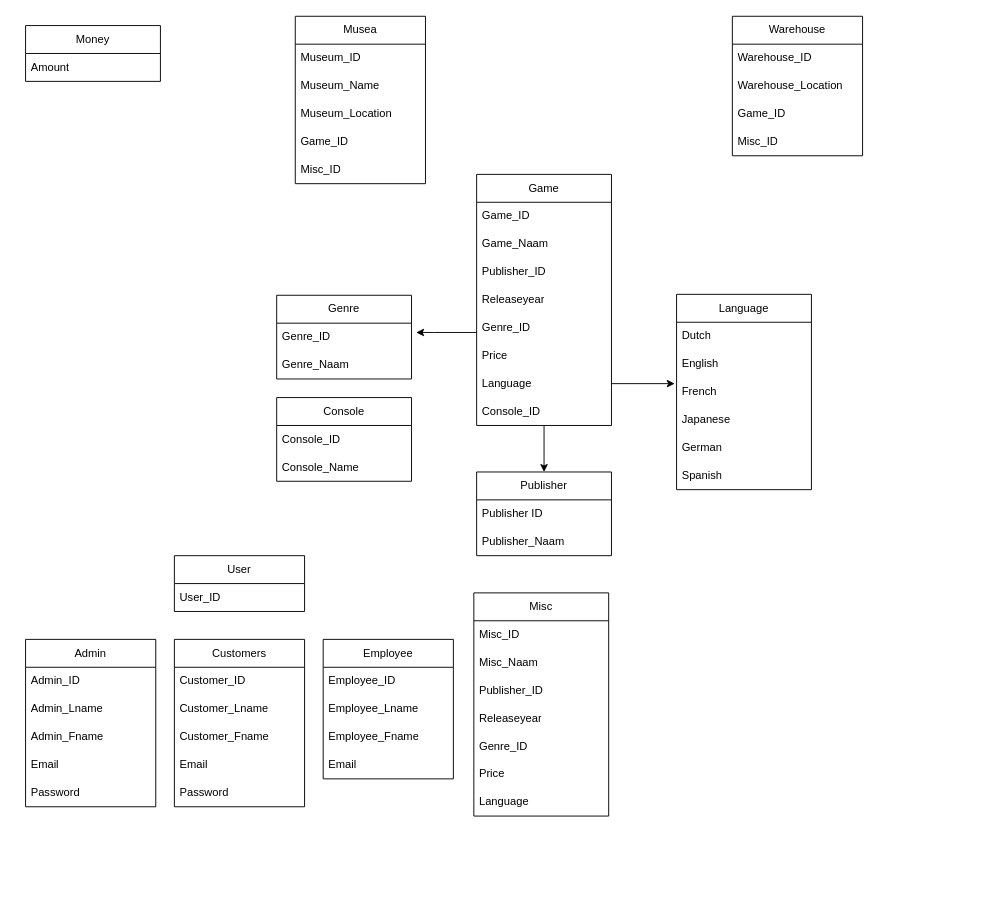
goblin-3/Project_Databases_GIel_Meyers keeps this draw.io diagram as DDL.drawio. Above is the earlier version. Source tidied: cells renumbered, new cells numbered last; positions are measured from the earlier drawing's top-left corner, leaving out a move shared by most shapes. Both pictures are drawn from the tidied source at 93%, with x=0, y=0 at pixel (25, 16).
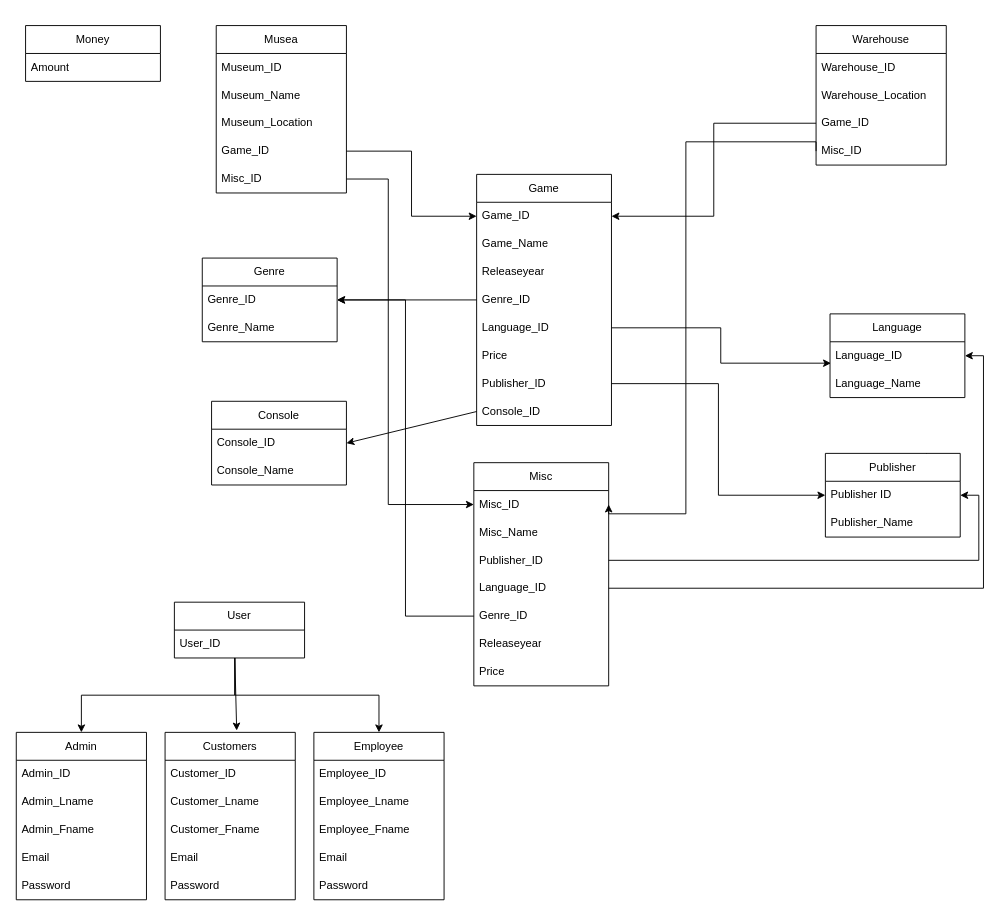
After the change.

Unchanged cells that the change refers to:
```xml
<mxCell id="3" value="Game" style="swimlane;fontStyle=0;horizontal=1;startSize=30;whiteSpace=wrap;html=1;" parent="1" vertex="1">
  <mxGeometry x="485" y="170" width="145" height="270" as="geometry" />
</mxCell>
<mxCell id="4" value="Game_ID" style="text;strokeColor=none;fillColor=none;align=left;verticalAlign=middle;spacingLeft=4;spacingRight=4;overflow=hidden;points=[[0,0.5],[1,0.5]];portConstraint=eastwest;whiteSpace=wrap;html=1;" parent="3" vertex="1">
  <mxGeometry y="30" width="145" height="30" as="geometry" />
</mxCell>
<mxCell id="11" value="Console_ID" style="text;strokeColor=none;fillColor=none;align=left;verticalAlign=middle;spacingLeft=4;spacingRight=4;overflow=hidden;points=[[0,0.5],[1,0.5]];portConstraint=eastwest;whiteSpace=wrap;html=1;" parent="3" vertex="1">
  <mxGeometry y="240" width="145" height="30" as="geometry" />
</mxCell>
<mxCell id="20" value="Publisher ID" style="text;strokeColor=none;fillColor=none;align=left;verticalAlign=middle;spacingLeft=4;spacingRight=4;overflow=hidden;points=[[0,0.5],[1,0.5]];portConstraint=eastwest;whiteSpace=wrap;html=1;" parent="19" vertex="1">
  <mxGeometry y="30" width="145" height="30" as="geometry" />
</mxCell>
<mxCell id="23" value="Genre_ID" style="text;strokeColor=none;fillColor=none;align=left;verticalAlign=middle;spacingLeft=4;spacingRight=4;overflow=hidden;points=[[0,0.5],[1,0.5]];portConstraint=eastwest;whiteSpace=wrap;html=1;" parent="22" vertex="1">
  <mxGeometry y="30" width="145" height="30" as="geometry" />
</mxCell>
<mxCell id="31" value="Game_ID" style="text;strokeColor=none;fillColor=none;align=left;verticalAlign=middle;spacingLeft=4;spacingRight=4;overflow=hidden;points=[[0,0.5],[1,0.5]];portConstraint=eastwest;whiteSpace=wrap;html=1;" parent="27" vertex="1">
  <mxGeometry y="120" width="140" height="30" as="geometry" />
</mxCell>
<mxCell id="32" value="Misc_ID" style="text;strokeColor=none;fillColor=none;align=left;verticalAlign=middle;spacingLeft=4;spacingRight=4;overflow=hidden;points=[[0,0.5],[1,0.5]];portConstraint=eastwest;whiteSpace=wrap;html=1;" parent="27" vertex="1">
  <mxGeometry y="150" width="140" height="30" as="geometry" />
</mxCell>
<mxCell id="36" value="Game_ID" style="text;strokeColor=none;fillColor=none;align=left;verticalAlign=middle;spacingLeft=4;spacingRight=4;overflow=hidden;points=[[0,0.5],[1,0.5]];portConstraint=eastwest;whiteSpace=wrap;html=1;" parent="33" vertex="1">
  <mxGeometry y="90" width="140" height="30" as="geometry" />
</mxCell>
<mxCell id="37" value="Misc_ID" style="text;strokeColor=none;fillColor=none;align=left;verticalAlign=middle;spacingLeft=4;spacingRight=4;overflow=hidden;points=[[0,0.5],[1,0.5]];portConstraint=eastwest;whiteSpace=wrap;html=1;" parent="33" vertex="1">
  <mxGeometry y="120" width="140" height="30" as="geometry" />
</mxCell>
<mxCell id="39" value="Misc_ID" style="text;strokeColor=none;fillColor=none;align=left;verticalAlign=middle;spacingLeft=4;spacingRight=4;overflow=hidden;points=[[0,0.5],[1,0.5]];portConstraint=eastwest;whiteSpace=wrap;html=1;" parent="38" vertex="1">
  <mxGeometry y="30" width="145" height="30" as="geometry" />
</mxCell>
<mxCell id="41" value="Publisher_ID" style="text;strokeColor=none;fillColor=none;align=left;verticalAlign=middle;spacingLeft=4;spacingRight=4;overflow=hidden;points=[[0,0.5],[1,0.5]];portConstraint=eastwest;whiteSpace=wrap;html=1;" parent="38" vertex="1">
  <mxGeometry y="90" width="145" height="30" as="geometry" />
</mxCell>
<mxCell id="68" value="Console_ID" style="text;strokeColor=none;fillColor=none;align=left;verticalAlign=middle;spacingLeft=4;spacingRight=4;overflow=hidden;points=[[0,0.5],[1,0.5]];portConstraint=eastwest;whiteSpace=wrap;html=1;" parent="67" vertex="1">
  <mxGeometry y="30" width="145" height="30" as="geometry" />
</mxCell>
```

The edit, as a diff of the source:
```diff
@@
-    <mxCell id="2" style="edgeStyle=orthogonalEdgeStyle;rounded=0;jettySize=auto;html=1;" parent="1" edge="1" source="3" target="19">
-      <mxGeometry relative="1" as="geometry" />
-    </mxCell>
@@
-    <mxCell id="5" value="Game_Naam" style="text;strokeColor=none;fillColor=none;align=left;verticalAlign=middle;spacingLeft=4;spacingRight=4;overflow=hidden;whiteSpace=wrap;html=1;" parent="3" vertex="1">
+    <mxCell id="5" value="Game_Name" style="text;strokeColor=none;fillColor=none;align=left;verticalAlign=middle;spacingLeft=4;spacingRight=4;overflow=hidden;whiteSpace=wrap;html=1;" parent="3" vertex="1">
       <mxGeometry y="60" width="145" height="30" as="geometry" />
     </mxCell>
-    <mxCell id="6" value="Publisher_ID" style="text;strokeColor=none;fillColor=none;align=left;verticalAlign=middle;spacingLeft=4;spacingRight=4;overflow=hidden;points=[[0,0.5],[1,0.5]];portConstraint=eastwest;whiteSpace=wrap;html=1;" parent="3" vertex="1">
-      <mxGeometry y="90" width="145" height="30" as="geometry" />
-    </mxCell>
     <mxCell id="7" value="Releaseyear" style="text;strokeColor=none;fillColor=none;align=left;verticalAlign=middle;spacingLeft=4;spacingRight=4;overflow=hidden;whiteSpace=wrap;html=1;" parent="3" vertex="1">
-      <mxGeometry y="120" width="145" height="30" as="geometry" />
+      <mxGeometry y="90" width="145" height="30" as="geometry" />
     </mxCell>
     <mxCell id="8" value="Genre_ID" style="text;strokeColor=none;fillColor=none;align=left;verticalAlign=middle;spacingLeft=4;spacingRight=4;overflow=hidden;points=[[0,0.5],[1,0.5]];portConstraint=eastwest;whiteSpace=wrap;html=1;" parent="3" vertex="1">
-      <mxGeometry y="150" width="145" height="30" as="geometry" />
+      <mxGeometry y="120" width="145" height="30" as="geometry" />
     </mxCell>
+    <mxCell id="10" value="Language_ID" style="text;strokeColor=none;fillColor=none;align=left;verticalAlign=middle;spacingLeft=4;spacingRight=4;overflow=hidden;points=[[0,0.5],[1,0.5]];portConstraint=eastwest;whiteSpace=wrap;html=1;" parent="3" vertex="1">
+      <mxGeometry y="150" width="145" height="30" as="geometry" />
+    </mxCell>
@@
-    <mxCell id="10" value="Language" style="text;strokeColor=none;fillColor=none;align=left;verticalAlign=middle;spacingLeft=4;spacingRight=4;overflow=hidden;points=[[0,0.5],[1,0.5]];portConstraint=eastwest;whiteSpace=wrap;html=1;" parent="3" vertex="1">
-      <mxGeometry y="210" width="145" height="30" as="geometry" />
-    </mxCell>
+    <mxCell id="6" value="Publisher_ID" style="text;strokeColor=none;fillColor=none;align=left;verticalAlign=middle;spacingLeft=4;spacingRight=4;overflow=hidden;points=[[0,0.5],[1,0.5]];portConstraint=eastwest;whiteSpace=wrap;html=1;" parent="3" vertex="1">
+      <mxGeometry y="210" width="145" height="30" as="geometry" />
+    </mxCell>
@@
     <mxCell id="12" value="Language" style="swimlane;fontStyle=0;horizontal=1;startSize=30;whiteSpace=wrap;html=1;" parent="1" vertex="1">
-      <mxGeometry x="700" y="299" width="145" height="210" as="geometry" />
+      <mxGeometry x="865" y="320" width="145" height="90" as="geometry" />
     </mxCell>
-    <mxCell id="13" value="Dutch" style="text;strokeColor=none;fillColor=none;align=left;verticalAlign=middle;spacingLeft=4;spacingRight=4;overflow=hidden;points=[[0,0.5],[1,0.5]];portConstraint=eastwest;whiteSpace=wrap;html=1;" parent="12" vertex="1">
+    <mxCell id="13" value="Language_ID" style="text;strokeColor=none;fillColor=none;align=left;verticalAlign=middle;spacingLeft=4;spacingRight=4;overflow=hidden;points=[[0,0.5],[1,0.5]];portConstraint=eastwest;whiteSpace=wrap;html=1;" parent="12" vertex="1">
       <mxGeometry y="30" width="145" height="30" as="geometry" />
     </mxCell>
-    <mxCell id="14" value="English" style="text;strokeColor=none;fillColor=none;align=left;verticalAlign=middle;spacingLeft=4;spacingRight=4;overflow=hidden;whiteSpace=wrap;html=1;" parent="12" vertex="1">
-      <mxGeometry y="60" width="145" height="30" as="geometry" />
-    </mxCell>
-    <mxCell id="15" value="French" style="text;strokeColor=none;fillColor=none;align=left;verticalAlign=middle;spacingLeft=4;spacingRight=4;overflow=hidden;points=[[0,0.5],[1,0.5]];portConstraint=eastwest;whiteSpace=wrap;html=1;" parent="12" vertex="1">
-      <mxGeometry y="90" width="145" height="30" as="geometry" />
-    </mxCell>
-    <mxCell id="16" value="Japanese" style="text;strokeColor=none;fillColor=none;align=left;verticalAlign=middle;spacingLeft=4;spacingRight=4;overflow=hidden;whiteSpace=wrap;html=1;" parent="12" vertex="1">
-      <mxGeometry y="120" width="145" height="30" as="geometry" />
-    </mxCell>
-    <mxCell id="17" value="German" style="text;strokeColor=none;fillColor=none;align=left;verticalAlign=middle;spacingLeft=4;spacingRight=4;overflow=hidden;whiteSpace=wrap;html=1;" parent="12" vertex="1">
-      <mxGeometry y="150" width="145" height="30" as="geometry" />
-    </mxCell>
-    <mxCell id="18" value="Spanish" style="text;strokeColor=none;fillColor=none;align=left;verticalAlign=middle;spacingLeft=4;spacingRight=4;overflow=hidden;whiteSpace=wrap;html=1;" parent="12" vertex="1">
-      <mxGeometry y="180" width="145" height="30" as="geometry" />
+    <mxCell id="18" value="Language_Name" style="text;strokeColor=none;fillColor=none;align=left;verticalAlign=middle;spacingLeft=4;spacingRight=4;overflow=hidden;whiteSpace=wrap;html=1;" parent="12" vertex="1">
+      <mxGeometry y="60" width="145" height="30" as="geometry" />
     </mxCell>
+    <mxCell id="70" style="edgeStyle=orthogonalEdgeStyle;rounded=0;jettySize=auto;html=1;exitX=0.75;exitY=0;exitDx=0;exitDy=0;" parent="1" edge="1" source="19">
+      <mxGeometry relative="1" as="geometry">
+        <mxPoint x="969" y="480" as="targetPoint" />
+      </mxGeometry>
+    </mxCell>
     <mxCell id="19" value="Publisher" style="swimlane;fontStyle=0;horizontal=1;startSize=30;whiteSpace=wrap;html=1;" parent="1" vertex="1">
-      <mxGeometry x="485" y="490" width="145" height="90" as="geometry" />
+      <mxGeometry x="860" y="470" width="145" height="90" as="geometry" />
     </mxCell>
@@
-    <mxCell id="21" value="Publisher_Naam" style="text;strokeColor=none;fillColor=none;align=left;verticalAlign=middle;spacingLeft=4;spacingRight=4;overflow=hidden;whiteSpace=wrap;html=1;" parent="19" vertex="1">
+    <mxCell id="21" value="Publisher_Name" style="text;strokeColor=none;fillColor=none;align=left;verticalAlign=middle;spacingLeft=4;spacingRight=4;overflow=hidden;whiteSpace=wrap;html=1;" parent="19" vertex="1">
       <mxGeometry y="60" width="145" height="30" as="geometry" />
     </mxCell>
     <mxCell id="22" value="Genre" style="swimlane;fontStyle=0;horizontal=1;startSize=30;whiteSpace=wrap;html=1;" parent="1" vertex="1">
-      <mxGeometry x="270" y="300" width="145" height="90" as="geometry" />
+      <mxGeometry x="190" y="260" width="145" height="90" as="geometry" />
     </mxCell>
@@
-    <mxCell id="24" value="Genre_Naam" style="text;strokeColor=none;fillColor=none;align=left;verticalAlign=middle;spacingLeft=4;spacingRight=4;overflow=hidden;whiteSpace=wrap;html=1;" parent="22" vertex="1">
+    <mxCell id="24" value="Genre_Name" style="text;strokeColor=none;fillColor=none;align=left;verticalAlign=middle;spacingLeft=4;spacingRight=4;overflow=hidden;whiteSpace=wrap;html=1;" parent="22" vertex="1">
       <mxGeometry y="60" width="145" height="30" as="geometry" />
     </mxCell>
-    <mxCell id="25" style="endArrow=classic;html=1;rounded=0;" parent="1" edge="1">
-      <mxGeometry relative="1" as="geometry">
-        <mxPoint x="485" y="340" as="sourcePoint" />
-        <mxPoint x="420" y="340" as="targetPoint" />
-        <Array as="points">
-          <mxPoint x="440" y="340" />
-        </Array>
-      </mxGeometry>
-    </mxCell>
-    <mxCell id="26" style="endArrow=classic;html=1;rounded=0;exitX=1;exitY=0.5;exitDx=0;exitDy=0;entryX=-0.014;entryY=0.2;entryDx=0;entryDy=0;entryPerimeter=0;" parent="1" edge="1" source="10" target="15">
+    <mxCell id="26" style="endArrow=classic;html=1;rounded=0;exitX=1;exitY=0.5;exitDx=0;exitDy=0;entryX=0.007;entryY=0.767;entryDx=0;entryDy=0;entryPerimeter=0;edgeStyle=orthogonalEdgeStyle;" parent="1" edge="1" source="10" target="13">
       <mxGeometry relative="1" as="geometry" />
     </mxCell>
     <mxCell id="27" value="Musea" style="swimlane;fontStyle=0;horizontal=1;startSize=30;whiteSpace=wrap;html=1;" parent="1" vertex="1">
-      <mxGeometry x="290" width="140" height="180" as="geometry" />
+      <mxGeometry x="205" y="10" width="140" height="180" as="geometry" />
     </mxCell>
@@
     <mxCell id="33" value="Warehouse" style="swimlane;fontStyle=0;horizontal=1;startSize=30;whiteSpace=wrap;html=1;" parent="1" vertex="1">
-      <mxGeometry x="760" width="140" height="150" as="geometry" />
+      <mxGeometry x="850" y="10" width="140" height="150" as="geometry" />
     </mxCell>
@@
     <mxCell id="38" value="Misc" style="swimlane;fontStyle=0;horizontal=1;startSize=30;whiteSpace=wrap;html=1;" parent="1" vertex="1">
-      <mxGeometry x="482" y="620" width="145" height="240" as="geometry" />
+      <mxGeometry x="482" y="480" width="145" height="240" as="geometry" />
     </mxCell>
@@
-    <mxCell id="40" value="Misc_Naam" style="text;strokeColor=none;fillColor=none;align=left;verticalAlign=middle;spacingLeft=4;spacingRight=4;overflow=hidden;whiteSpace=wrap;html=1;" parent="38" vertex="1">
+    <mxCell id="40" value="Misc_Name" style="text;strokeColor=none;fillColor=none;align=left;verticalAlign=middle;spacingLeft=4;spacingRight=4;overflow=hidden;whiteSpace=wrap;html=1;" parent="38" vertex="1">
       <mxGeometry y="60" width="145" height="30" as="geometry" />
     </mxCell>
@@
+    <mxCell id="45" value="Language_ID" style="text;strokeColor=none;fillColor=none;align=left;verticalAlign=middle;spacingLeft=4;spacingRight=4;overflow=hidden;points=[[0,0.5],[1,0.5]];portConstraint=eastwest;whiteSpace=wrap;html=1;" parent="38" vertex="1">
+      <mxGeometry y="120" width="145" height="30" as="geometry" />
+    </mxCell>
+    <mxCell id="43" value="Genre_ID" style="text;strokeColor=none;fillColor=none;align=left;verticalAlign=middle;spacingLeft=4;spacingRight=4;overflow=hidden;points=[[0,0.5],[1,0.5]];portConstraint=eastwest;whiteSpace=wrap;html=1;" parent="38" vertex="1">
+      <mxGeometry y="150" width="145" height="30" as="geometry" />
+    </mxCell>
     <mxCell id="42" value="Releaseyear" style="text;strokeColor=none;fillColor=none;align=left;verticalAlign=middle;spacingLeft=4;spacingRight=4;overflow=hidden;whiteSpace=wrap;html=1;" parent="38" vertex="1">
-      <mxGeometry y="120" width="145" height="30" as="geometry" />
+      <mxGeometry y="180" width="145" height="30" as="geometry" />
     </mxCell>
-    <mxCell id="43" value="Genre_ID" style="text;strokeColor=none;fillColor=none;align=left;verticalAlign=middle;spacingLeft=4;spacingRight=4;overflow=hidden;points=[[0,0.5],[1,0.5]];portConstraint=eastwest;whiteSpace=wrap;html=1;" parent="38" vertex="1">
-      <mxGeometry y="150" width="145" height="30" as="geometry" />
-    </mxCell>
     <mxCell id="44" value="Price" style="text;strokeColor=none;fillColor=none;align=left;verticalAlign=middle;spacingLeft=4;spacingRight=4;overflow=hidden;whiteSpace=wrap;html=1;" parent="38" vertex="1">
-      <mxGeometry y="180" width="145" height="30" as="geometry" />
+      <mxGeometry y="210" width="145" height="30" as="geometry" />
     </mxCell>
-    <mxCell id="45" value="Language" style="text;strokeColor=none;fillColor=none;align=left;verticalAlign=middle;spacingLeft=4;spacingRight=4;overflow=hidden;points=[[0,0.5],[1,0.5]];portConstraint=eastwest;whiteSpace=wrap;html=1;" parent="38" vertex="1">
-      <mxGeometry y="210" width="145" height="30" as="geometry" />
-    </mxCell>
     <mxCell id="46" value="Customers" style="swimlane;fontStyle=0;horizontal=1;startSize=30;whiteSpace=wrap;html=1;" parent="1" vertex="1">
-      <mxGeometry x="160" y="670" width="140" height="180" as="geometry" />
+      <mxGeometry x="150" y="770" width="140" height="180" as="geometry" />
     </mxCell>
@@
     <mxCell id="52" value="Admin" style="swimlane;fontStyle=0;horizontal=1;startSize=30;whiteSpace=wrap;html=1;" parent="1" vertex="1">
-      <mxGeometry y="670" width="140" height="180" as="geometry" />
+      <mxGeometry x="-10" y="770" width="140" height="180" as="geometry" />
     </mxCell>
@@
     <mxCell id="58" value="User" style="swimlane;fontStyle=0;horizontal=1;startSize=30;whiteSpace=wrap;html=1;" parent="1" vertex="1">
-      <mxGeometry x="160" y="580" width="140" height="60" as="geometry" />
+      <mxGeometry x="160" y="630" width="140" height="60" as="geometry" />
     </mxCell>
@@
     <mxCell id="60" value="Employee" style="swimlane;fontStyle=0;horizontal=1;startSize=30;whiteSpace=wrap;html=1;" parent="1" vertex="1">
-      <mxGeometry x="320" y="670" width="140" height="150" as="geometry" />
+      <mxGeometry x="310" y="770" width="140" height="180" as="geometry" />
     </mxCell>
@@
+    <mxCell id="71" value="Password" style="text;strokeColor=none;fillColor=none;align=left;verticalAlign=middle;spacingLeft=4;spacingRight=4;overflow=hidden;whiteSpace=wrap;html=1;" parent="60" vertex="1">
+      <mxGeometry y="150" width="140" height="30" as="geometry" />
+    </mxCell>
@@
     <mxCell id="67" value="Console" style="swimlane;fontStyle=0;horizontal=1;startSize=30;whiteSpace=wrap;html=1;" parent="1" vertex="1">
-      <mxGeometry x="270" y="410" width="145" height="90" as="geometry" />
+      <mxGeometry x="200" y="414" width="145" height="90" as="geometry" />
     </mxCell>
@@
+    <mxCell id="72" style="rounded=0;jettySize=auto;html=1;exitX=0;exitY=0.5;exitDx=0;exitDy=0;entryX=1;entryY=0.5;entryDx=0;entryDy=0;" parent="1" edge="1" source="11" target="68">
+      <mxGeometry relative="1" as="geometry" />
+    </mxCell>
+    <mxCell id="73" style="edgeStyle=orthogonalEdgeStyle;jettySize=auto;html=1;rounded=0;exitX=0.464;exitY=1.167;exitDx=0;exitDy=0;exitPerimeter=0;entryX=0.5;entryY=0;entryDx=0;entryDy=0;" parent="1" edge="1" target="60">
+      <mxGeometry relative="1" as="geometry">
+        <mxPoint x="225" y="690" as="sourcePoint" />
+        <Array as="points">
+          <mxPoint x="225" y="730" />
+          <mxPoint x="380" y="730" />
+        </Array>
+      </mxGeometry>
+    </mxCell>
+    <mxCell id="74" style="edgeStyle=orthogonalEdgeStyle;jettySize=auto;html=1;rounded=0;exitX=0.464;exitY=1.167;exitDx=0;exitDy=0;exitPerimeter=0;entryX=0.5;entryY=0;entryDx=0;entryDy=0;" parent="1" edge="1" target="52">
+      <mxGeometry relative="1" as="geometry">
+        <mxPoint x="225" y="690" as="sourcePoint" />
+        <Array as="points">
+          <mxPoint x="225" y="730" />
+          <mxPoint x="60" y="730" />
+        </Array>
+      </mxGeometry>
+    </mxCell>
+    <mxCell id="75" style="edgeStyle=none;jettySize=auto;html=1;rounded=0;exitX=0.464;exitY=1.167;exitDx=0;exitDy=0;exitPerimeter=0;entryX=0.55;entryY=-0.011;entryDx=0;entryDy=0;entryPerimeter=0;" parent="1" edge="1" target="46">
+      <mxGeometry relative="1" as="geometry">
+        <mxPoint x="225" y="690" as="sourcePoint" />
+      </mxGeometry>
+    </mxCell>
+    <mxCell id="76" style="edgeStyle=orthogonalEdgeStyle;rounded=0;jettySize=auto;html=1;exitX=1;exitY=0.5;exitDx=0;exitDy=0;entryX=0;entryY=0.5;entryDx=0;entryDy=0;" parent="1" edge="1" source="31" target="4">
+      <mxGeometry relative="1" as="geometry" />
+    </mxCell>
+    <mxCell id="77" style="edgeStyle=orthogonalEdgeStyle;rounded=0;jettySize=auto;html=1;exitX=1;exitY=0.5;exitDx=0;exitDy=0;entryX=0;entryY=0.5;entryDx=0;entryDy=0;" parent="1" edge="1" source="32" target="39">
+      <mxGeometry relative="1" as="geometry">
+        <Array as="points">
+          <mxPoint x="390" y="175" />
+          <mxPoint x="390" y="525" />
+        </Array>
+      </mxGeometry>
+    </mxCell>
+    <mxCell id="78" style="edgeStyle=orthogonalEdgeStyle;rounded=0;jettySize=auto;html=1;exitX=0;exitY=0.5;exitDx=0;exitDy=0;entryX=1;entryY=0.5;entryDx=0;entryDy=0;" parent="1" edge="1" source="36" target="4">
+      <mxGeometry relative="1" as="geometry" />
+    </mxCell>
+    <mxCell id="79" style="edgeStyle=orthogonalEdgeStyle;rounded=0;jettySize=auto;html=1;exitX=0;exitY=0.5;exitDx=0;exitDy=0;entryX=1;entryY=0.5;entryDx=0;entryDy=0;" parent="1" edge="1" source="37" target="39">
+      <mxGeometry relative="1" as="geometry">
+        <Array as="points">
+          <mxPoint x="710" y="135" />
+          <mxPoint x="710" y="535" />
+        </Array>
+      </mxGeometry>
+    </mxCell>
+    <mxCell id="80" style="edgeStyle=orthogonalEdgeStyle;rounded=0;jettySize=auto;html=1;exitX=1;exitY=0.5;exitDx=0;exitDy=0;entryX=1;entryY=0.5;entryDx=0;entryDy=0;" parent="1" edge="1" source="45" target="13">
+      <mxGeometry relative="1" as="geometry" />
+    </mxCell>
+    <mxCell id="81" style="edgeStyle=orthogonalEdgeStyle;rounded=0;jettySize=auto;html=1;exitX=1;exitY=0.5;exitDx=0;exitDy=0;entryX=1;entryY=0.5;entryDx=0;entryDy=0;" parent="1" edge="1" source="41" target="20">
+      <mxGeometry relative="1" as="geometry" />
+    </mxCell>
+    <mxCell id="82" style="edgeStyle=orthogonalEdgeStyle;rounded=0;jettySize=auto;html=1;exitX=0;exitY=0.5;exitDx=0;exitDy=0;entryX=1;entryY=0.5;entryDx=0;entryDy=0;" parent="1" edge="1" source="43" target="23">
+      <mxGeometry relative="1" as="geometry" />
+    </mxCell>
+    <mxCell id="83" style="edgeStyle=orthogonalEdgeStyle;rounded=0;jettySize=auto;html=1;exitX=0;exitY=0.5;exitDx=0;exitDy=0;entryX=1;entryY=0.5;entryDx=0;entryDy=0;" parent="1" edge="1" source="8" target="23">
+      <mxGeometry relative="1" as="geometry" />
+    </mxCell>
+    <mxCell id="84" style="edgeStyle=orthogonalEdgeStyle;rounded=0;jettySize=auto;html=1;exitX=1;exitY=0.5;exitDx=0;exitDy=0;entryX=0;entryY=0.5;entryDx=0;entryDy=0;" parent="1" edge="1" source="6" target="20">
+      <mxGeometry relative="1" as="geometry" />
+    </mxCell>
```
